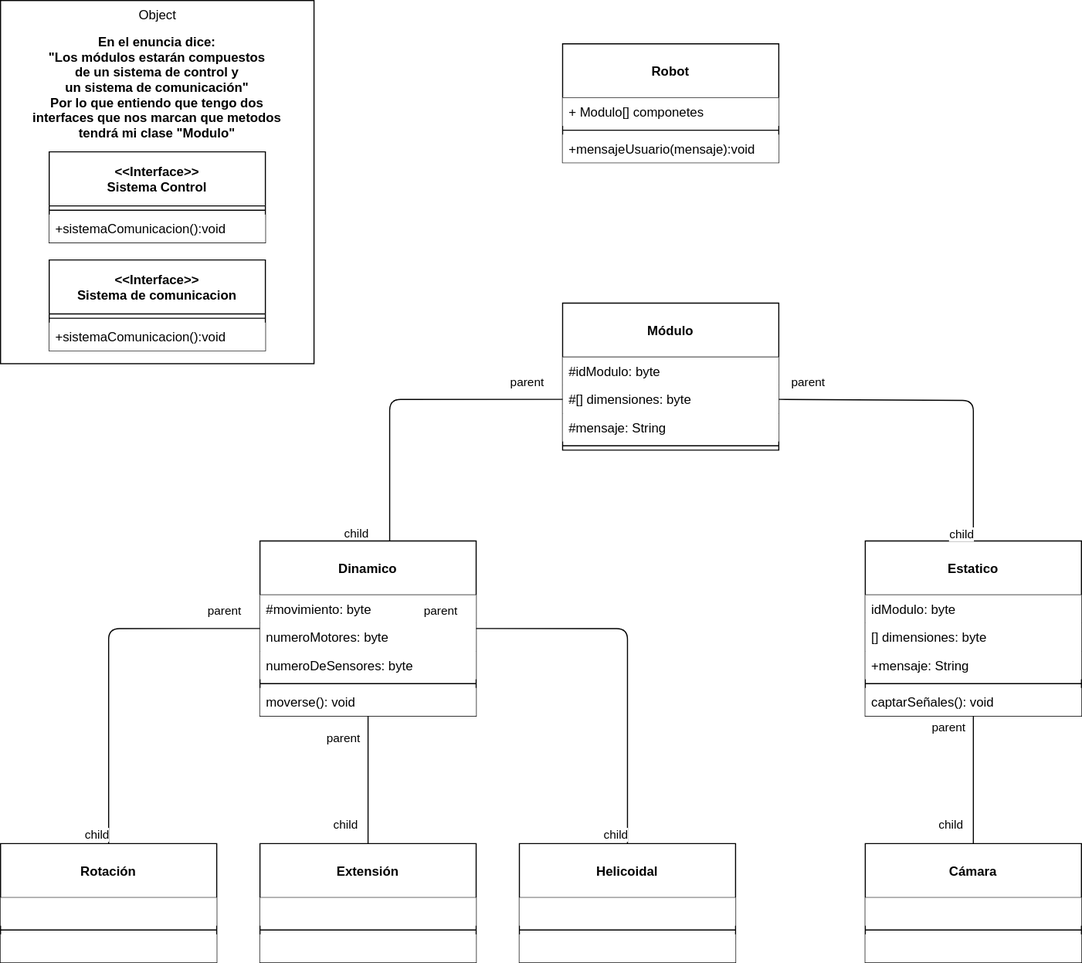
MateoCarballo/Ejercicios-Diagramas-AulaVirtual keeps this draw.io diagram as Diagramas UML/Ejercicio 4.drawio.svg. Above is the earlier version. Source tidied: cells renumbered, new cells last; positions are measured from the earlier drawing's top-left corner, leaving out a move shared by most shapes.
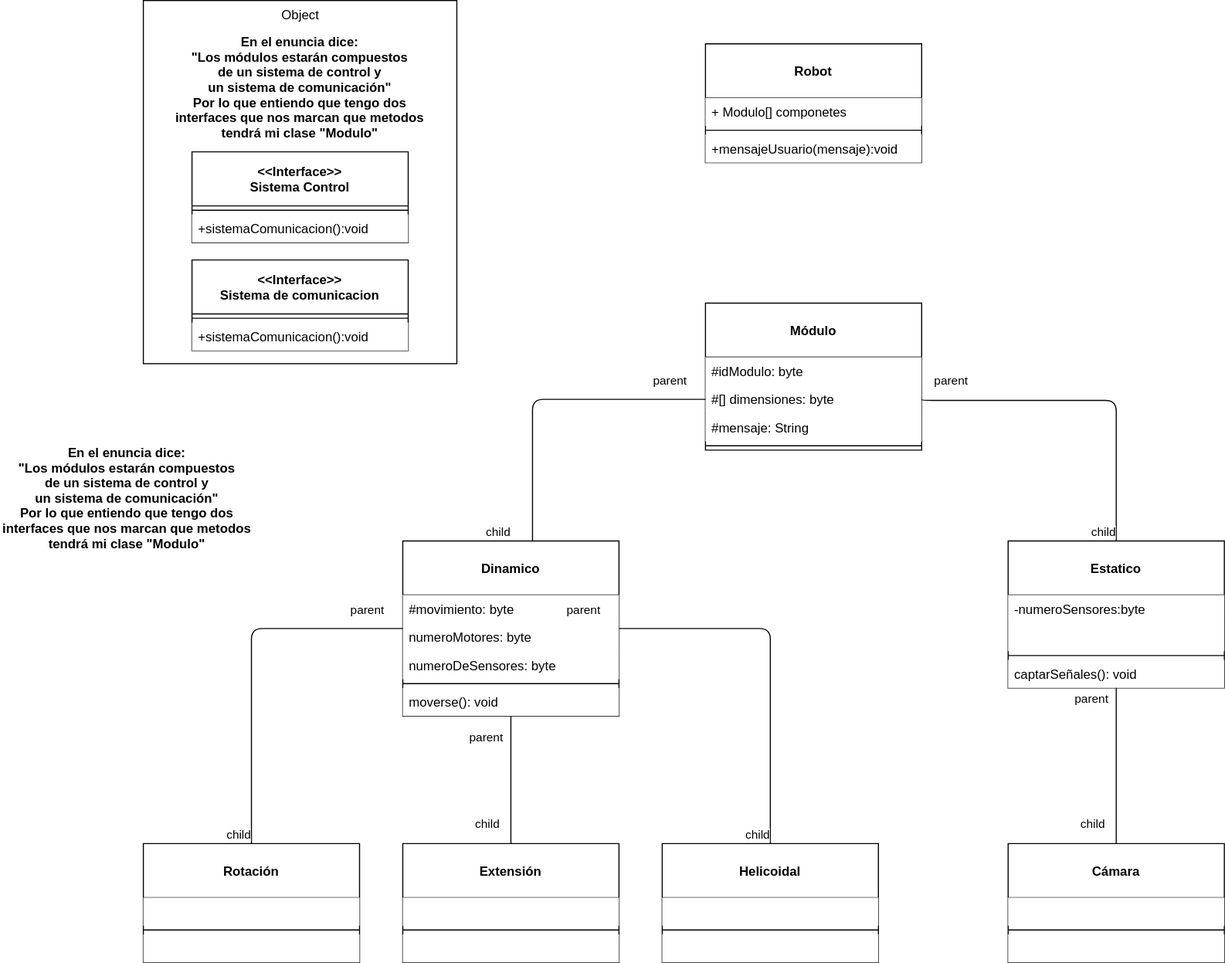
The same file after the commit.

What changed in the source:
```diff
@@ -68,22 +68,19 @@
       <mxGeometry y="136" width="200" height="26" as="geometry" />
     </mxCell>
     <mxCell id="21" value="Estatico" style="swimlane;fontStyle=1;align=center;verticalAlign=middle;horizontal=1;startSize=50;" parent="1" vertex="1">
-      <mxGeometry x="800" y="500" width="200" height="162" as="geometry" />
+      <mxGeometry x="800" y="500" width="200" height="136" as="geometry" />
     </mxCell>
-    <mxCell id="22" value="idModulo: byte" style="text;strokeColor=none;fillColor=default;align=left;verticalAlign=top;spacingLeft=4;spacingRight=4;overflow=hidden;" parent="21" vertex="1">
+    <mxCell id="22" value="-numeroSensores:byte" style="text;strokeColor=none;fillColor=default;align=left;verticalAlign=top;spacingLeft=4;spacingRight=4;overflow=hidden;" parent="21" vertex="1">
       <mxGeometry y="50" width="200" height="26" as="geometry" />
     </mxCell>
-    <mxCell id="23" value="[] dimensiones: byte" style="text;strokeColor=none;fillColor=default;align=left;verticalAlign=top;spacingLeft=4;spacingRight=4;overflow=hidden;" parent="21" vertex="1">
-      <mxGeometry y="76" width="200" height="26" as="geometry" />
-    </mxCell>
-    <mxCell id="24" value="+mensaje: String" style="text;strokeColor=none;fillColor=default;align=left;verticalAlign=top;spacingLeft=4;spacingRight=4;overflow=hidden;" parent="21" vertex="1">
-      <mxGeometry y="102" width="200" height="26" as="geometry" />
+    <mxCell id="24" style="text;strokeColor=none;fillColor=default;align=left;verticalAlign=top;spacingLeft=4;spacingRight=4;overflow=hidden;" parent="21" vertex="1">
+      <mxGeometry y="76" width="200" height="26" as="geometry" />
     </mxCell>
     <mxCell id="25" style="line;strokeWidth=1;fillColor=none;align=left;verticalAlign=middle;spacingTop=-1;spacingLeft=3;spacingRight=3;labelPosition=right;strokeColor=inherit;" parent="21" vertex="1">
-      <mxGeometry y="128" width="200" height="8" as="geometry" />
+      <mxGeometry y="102" width="200" height="8" as="geometry" />
     </mxCell>
     <mxCell id="26" value="captarSeñales(): void" style="text;strokeColor=none;fillColor=default;align=left;verticalAlign=top;spacingLeft=4;spacingRight=4;overflow=hidden;" parent="21" vertex="1">
-      <mxGeometry y="136" width="200" height="26" as="geometry" />
+      <mxGeometry y="110" width="200" height="26" as="geometry" />
     </mxCell>
     <mxCell id="27" style="endArrow=none;html=1;edgeStyle=orthogonalEdgeStyle;exitX=1;exitY=0.5;exitDx=0;exitDy=0;entryX=0.5;entryY=0;entryDx=0;entryDy=0;" parent="1" edge="1" source="9" target="21">
       <mxGeometry relative="1" as="geometry">
@@ -228,8 +225,11 @@
     <mxCell id="63" value="+sistemaComunicacion():void" style="text;strokeColor=none;fillColor=default;align=left;verticalAlign=top;spacingLeft=4;spacingRight=4;overflow=hidden;" parent="61" vertex="1">
       <mxGeometry y="58" width="200" height="26" as="geometry" />
     </mxCell>
-    <mxCell id="64" value=" En el enuncia dice:&#10;&quot;Los módulos estarán compuestos&#10; de un sistema de control y &#10;un sistema de comunicación&quot;&#10;Por lo que entiendo que tengo dos&#10;interfaces que nos marcan que metodos&#10;tendrá mi clase &quot;Modulo&quot;" style="text;align=center;fontStyle=1;verticalAlign=middle;spacingLeft=3;spacingRight=3;strokeColor=none;labelBackgroundColor=#FFFFFF;fontSize=12;fontColor=#000000;fillColor=default;" parent="1" vertex="1">
+    <mxCell id="64" value=" En el enuncia dice:&#10;&quot;Los módulos estarán compuestos&#10; de un sistema de control y&#10;un sistema de comunicación&quot;&#10;Por lo que entiendo que tengo dos&#10;interfaces que nos marcan que metodos&#10;tendrá mi clase &quot;Modulo&quot;" style="text;align=center;fontStyle=1;verticalAlign=middle;spacingLeft=3;spacingRight=3;strokeColor=none;labelBackgroundColor=#FFFFFF;fontSize=12;fontColor=#000000;fillColor=default;" parent="1" vertex="1">
       <mxGeometry x="50" y="70" width="190" height="20" as="geometry" />
     </mxCell>
+    <mxCell id="65" value=" En el enuncia dice:&#10;&quot;Los módulos estarán compuestos&#10; de un sistema de control y&#10;un sistema de comunicación&quot;&#10;Por lo que entiendo que tengo dos&#10;interfaces que nos marcan que metodos&#10;tendrá mi clase &quot;Modulo&quot;" style="text;align=center;fontStyle=1;verticalAlign=middle;spacingLeft=3;spacingRight=3;strokeColor=none;labelBackgroundColor=#FFFFFF;fontSize=12;fontColor=#000000;fillColor=default;" parent="1" vertex="1">
+      <mxGeometry x="-110" y="450" width="190" height="20" as="geometry" />
+    </mxCell>
   </root>
 </mxGraphModel>
```
